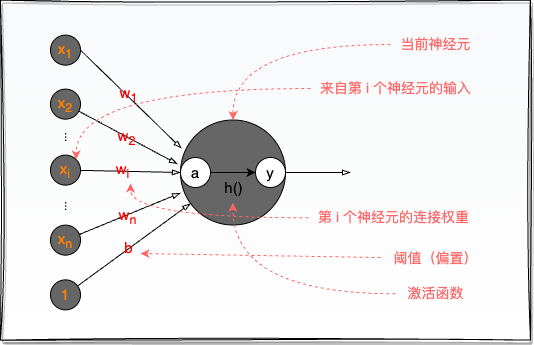
This is articles/general/dl/assets/1/m-p-neuron.drawio.png from ThreeFish-AI/threefish-ai.github.io, a draw.io export, as it was before one commit. Source tidied: cells renumbered, new cells last; positions are measured from the earlier drawing's top-left corner, leaving out a move shared by most shapes.
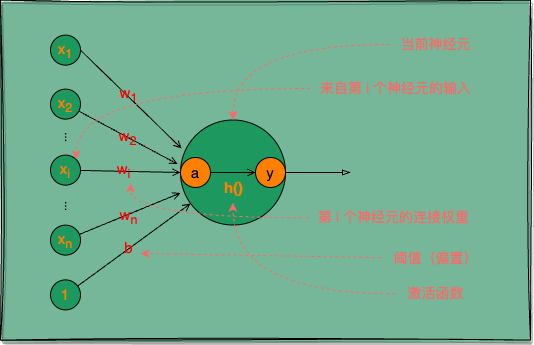
The same diagram one commit later.

The edit, as a diff of the source:
```diff
@@ -2,16 +2,16 @@
   <root>
     <mxCell id="0" />
     <mxCell id="1" parent="0" />
-    <mxCell id="2" style="rounded=0;whiteSpace=wrap;html=1;fillColor=#F8F9FA;shadow=1;glass=0;strokeColor=default;gradientColor=#FFFFFF;sketch=1;curveFitting=1;jiggle=2;" parent="1" vertex="1">
+    <mxCell id="2" style="rounded=0;whiteSpace=wrap;html=1;fillColor=#75B798;shadow=1;glass=0;strokeColor=default;gradientColor=#75B798;sketch=1;curveFitting=1;jiggle=2;" parent="1" vertex="1">
       <mxGeometry y="-0.4" width="530" height="340" as="geometry" />
     </mxCell>
-    <mxCell id="3" style="ellipse;whiteSpace=wrap;html=1;fillColor=#666666;fontColor=#FF8000;" parent="1" vertex="1">
+    <mxCell id="3" style="ellipse;whiteSpace=wrap;html=1;fillColor=#1D995F;fontColor=#FF8000;" parent="1" vertex="1">
       <mxGeometry x="180" y="119.5" width="105" height="105" as="geometry" />
     </mxCell>
-    <mxCell id="4" style="edgeStyle=orthogonalEdgeStyle;rounded=0;jettySize=auto;html=1;exitX=1;exitY=0.5;exitDx=0;exitDy=0;entryX=0;entryY=0.5;entryDx=0;entryDy=0;" parent="1" edge="1" source="5" target="7">
+    <mxCell id="4" style="edgeStyle=orthogonalEdgeStyle;rounded=0;jettySize=auto;html=1;exitX=1;exitY=0.5;exitDx=0;exitDy=0;entryX=0;entryY=0.5;entryDx=0;entryDy=0;endArrow=open;endFill=0;" parent="1" edge="1" source="5" target="7">
       <mxGeometry relative="1" as="geometry" />
     </mxCell>
-    <mxCell id="5" value="a" style="ellipse;whiteSpace=wrap;html=1;fontSize=15;" parent="1" vertex="1">
+    <mxCell id="5" value="a" style="ellipse;whiteSpace=wrap;html=1;fontSize=15;fillColor=#FF8000;" parent="1" vertex="1">
       <mxGeometry x="180" y="157" width="30" height="30" as="geometry" />
     </mxCell>
     <mxCell id="6" style="edgeStyle=none;rounded=0;jettySize=auto;html=1;endArrow=blockThin;endFill=0;strokeColor=#000000;" parent="1" edge="1" source="7">
@@ -19,46 +19,46 @@
         <mxPoint x="350" y="172" as="targetPoint" />
       </mxGeometry>
     </mxCell>
-    <mxCell id="7" value="y" style="ellipse;whiteSpace=wrap;html=1;fontSize=15;" parent="1" vertex="1">
+    <mxCell id="7" value="y" style="ellipse;whiteSpace=wrap;html=1;fontSize=15;fillColor=#FF8000;" parent="1" vertex="1">
       <mxGeometry x="255" y="157" width="30" height="30" as="geometry" />
     </mxCell>
-    <mxCell id="8" value="&lt;font style=&quot;font-size: 15px;&quot;&gt;h()&lt;/font&gt;" style="text;html=1;align=center;verticalAlign=middle;points=[];strokeColor=none;fillColor=none;" parent="1" vertex="1">
+    <mxCell id="8" value="&lt;font style=&quot;font-size: 15px;&quot;&gt;h()&lt;/font&gt;" style="text;html=1;align=center;verticalAlign=middle;points=[];strokeColor=none;fillColor=none;fontColor=#FF8000;fontStyle=1;" parent="1" vertex="1">
       <mxGeometry x="212.5" y="172.2" width="40" height="30" as="geometry" />
     </mxCell>
-    <mxCell id="9" style="edgeStyle=none;rounded=0;jettySize=auto;html=1;exitX=1;exitY=0.5;exitDx=0;exitDy=0;entryX=0.01;entryY=0.271;entryDx=0;entryDy=0;endArrow=blockThin;endFill=0;entryPerimeter=0;strokeColor=#000000;labelBackgroundColor=none;fontColor=#FF0000;" parent="1" edge="1" source="11" target="3">
+    <mxCell id="9" style="edgeStyle=none;rounded=0;jettySize=auto;html=1;exitX=1;exitY=0.5;exitDx=0;exitDy=0;entryX=0.01;entryY=0.271;entryDx=0;entryDy=0;endArrow=open;endFill=0;entryPerimeter=0;strokeColor=#000000;labelBackgroundColor=none;fontColor=#FF0000;" parent="1" edge="1" source="11" target="3">
       <mxGeometry relative="1" as="geometry" />
     </mxCell>
     <mxCell id="10" value="&lt;font style=&quot;font-size: 15px;&quot;&gt;w&lt;sub&gt;1&lt;/sub&gt;&lt;/font&gt;" style="edgeLabel;html=1;align=center;verticalAlign=middle;labelBackgroundColor=none;fontColor=#FF0000;" parent="9" vertex="1">
       <mxGeometry x="-0.08" y="2" relative="1" as="geometry" />
     </mxCell>
-    <mxCell id="11" value="x&lt;sub&gt;1&lt;/sub&gt;" style="ellipse;whiteSpace=wrap;html=1;fontSize=15;fillColor=#666666;fontColor=#FF8000;" parent="1" vertex="1">
+    <mxCell id="11" value="x&lt;sub&gt;1&lt;/sub&gt;" style="ellipse;whiteSpace=wrap;html=1;fontSize=15;fillColor=#1D995F;fontColor=#FF8000;" parent="1" vertex="1">
       <mxGeometry x="50" y="34.6" width="30" height="30" as="geometry" />
     </mxCell>
-    <mxCell id="12" style="edgeStyle=none;rounded=0;jettySize=auto;html=1;endArrow=blockThin;endFill=0;entryX=-0.029;entryY=0.419;entryDx=0;entryDy=0;entryPerimeter=0;strokeColor=#000000;" parent="1" edge="1" source="14" target="3">
+    <mxCell id="12" style="edgeStyle=none;rounded=0;jettySize=auto;html=1;endArrow=open;endFill=0;entryX=-0.029;entryY=0.419;entryDx=0;entryDy=0;entryPerimeter=0;strokeColor=#000000;" parent="1" edge="1" source="14" target="3">
       <mxGeometry relative="1" as="geometry" />
     </mxCell>
     <mxCell id="13" value="&lt;font style=&quot;font-size: 15px;&quot;&gt;w&lt;sub&gt;2&lt;/sub&gt;&lt;/font&gt;" style="edgeLabel;html=1;align=center;verticalAlign=middle;labelBackgroundColor=none;fontColor=#FF0000;" parent="12" vertex="1">
       <mxGeometry x="-0.03" relative="1" as="geometry" />
     </mxCell>
-    <mxCell id="14" value="x&lt;sub&gt;2&lt;/sub&gt;" style="ellipse;whiteSpace=wrap;html=1;fontSize=15;fillColor=#666666;fontColor=#FF8000;" parent="1" vertex="1">
+    <mxCell id="14" value="x&lt;sub&gt;2&lt;/sub&gt;" style="ellipse;whiteSpace=wrap;html=1;fontSize=15;fillColor=#1D995F;fontColor=#FF8000;" parent="1" vertex="1">
       <mxGeometry x="50" y="88.6" width="30" height="30" as="geometry" />
     </mxCell>
-    <mxCell id="15" style="edgeStyle=none;rounded=0;jettySize=auto;html=1;entryX=0;entryY=0.5;entryDx=0;entryDy=0;endArrow=blockThin;endFill=0;strokeColor=#000000;" parent="1" edge="1" source="17" target="5">
+    <mxCell id="15" style="edgeStyle=none;rounded=0;jettySize=auto;html=1;entryX=0;entryY=0.5;entryDx=0;entryDy=0;endArrow=open;endFill=0;strokeColor=#000000;" parent="1" edge="1" source="17" target="5">
       <mxGeometry relative="1" as="geometry" />
     </mxCell>
     <mxCell id="16" value="&lt;font style=&quot;font-size: 15px;&quot;&gt;w&lt;sub&gt;i&lt;/sub&gt;&lt;/font&gt;" style="edgeLabel;html=1;align=center;verticalAlign=middle;labelBackgroundColor=none;fontColor=#FF0000;" parent="15" vertex="1">
       <mxGeometry x="-0.16" y="1" relative="1" as="geometry" />
     </mxCell>
-    <mxCell id="17" value="x&lt;sub&gt;i&lt;/sub&gt;" style="ellipse;whiteSpace=wrap;html=1;fontSize=15;fillColor=#666666;fontColor=#FF8000;" parent="1" vertex="1">
+    <mxCell id="17" value="x&lt;sub&gt;i&lt;/sub&gt;" style="ellipse;whiteSpace=wrap;html=1;fontSize=15;fillColor=#1D995F;fontColor=#FF8000;" parent="1" vertex="1">
       <mxGeometry x="50" y="154.6" width="30" height="30" as="geometry" />
     </mxCell>
-    <mxCell id="18" style="edgeStyle=none;rounded=0;jettySize=auto;html=1;endArrow=blockThin;endFill=0;entryX=0;entryY=0.695;entryDx=0;entryDy=0;entryPerimeter=0;strokeColor=#000000;" parent="1" edge="1" source="20" target="3">
+    <mxCell id="18" style="edgeStyle=none;rounded=0;jettySize=auto;html=1;endArrow=open;endFill=0;entryX=0;entryY=0.695;entryDx=0;entryDy=0;entryPerimeter=0;strokeColor=#000000;" parent="1" edge="1" source="20" target="3">
       <mxGeometry relative="1" as="geometry" />
     </mxCell>
     <mxCell id="19" value="&lt;font style=&quot;font-size: 15px;&quot;&gt;w&lt;sub&gt;n&lt;/sub&gt;&lt;/font&gt;" style="edgeLabel;html=1;align=center;verticalAlign=middle;labelBackgroundColor=none;fontColor=#FF0000;" parent="18" vertex="1">
       <mxGeometry x="-0.05" y="-1" relative="1" as="geometry" />
     </mxCell>
-    <mxCell id="20" value="x&lt;sub&gt;n&lt;/sub&gt;" style="ellipse;whiteSpace=wrap;html=1;fontSize=15;fillColor=#666666;fontColor=#FF8000;" parent="1" vertex="1">
+    <mxCell id="20" value="x&lt;sub&gt;n&lt;/sub&gt;" style="ellipse;whiteSpace=wrap;html=1;fontSize=15;fillColor=#1D995F;fontColor=#FF8000;" parent="1" vertex="1">
       <mxGeometry x="50" y="224.6" width="30" height="30" as="geometry" />
     </mxCell>
     <mxCell id="21" value="..." style="text;html=1;align=center;verticalAlign=middle;strokeColor=none;fillColor=none;rotation=90;" parent="1" vertex="1">
@@ -67,13 +67,13 @@
     <mxCell id="22" value="..." style="text;html=1;align=center;verticalAlign=middle;strokeColor=none;fillColor=none;rotation=90;" parent="1" vertex="1">
       <mxGeometry x="54" y="190.6" width="30" height="30" as="geometry" />
     </mxCell>
-    <mxCell id="23" style="edgeStyle=none;rounded=0;jettySize=auto;html=1;endArrow=blockThin;endFill=0;strokeColor=#000000;" parent="1" edge="1" source="25" target="3">
+    <mxCell id="23" style="edgeStyle=none;rounded=0;jettySize=auto;html=1;endArrow=open;endFill=0;strokeColor=#000000;" parent="1" edge="1" source="25" target="3">
       <mxGeometry relative="1" as="geometry" />
     </mxCell>
     <mxCell id="24" value="&lt;font style=&quot;font-size: 15px;&quot;&gt;b&lt;/font&gt;" style="edgeLabel;html=1;align=center;verticalAlign=middle;labelBackgroundColor=none;fontColor=#FF0000;" parent="23" vertex="1">
       <mxGeometry x="-0.1" y="2" relative="1" as="geometry" />
     </mxCell>
-    <mxCell id="25" value="1" style="ellipse;whiteSpace=wrap;html=1;fontSize=15;fillColor=#666666;fontColor=#FF8000;" parent="1" vertex="1">
+    <mxCell id="25" value="1" style="ellipse;whiteSpace=wrap;html=1;fontSize=15;fillColor=#1D995F;fontColor=#FF8000;" parent="1" vertex="1">
       <mxGeometry x="50" y="279.4" width="30" height="30" as="geometry" />
     </mxCell>
     <mxCell id="26" style="rounded=0;jettySize=auto;html=1;entryX=1;entryY=0;entryDx=0;entryDy=0;dashed=1;strokeColor=#FF6666;edgeStyle=orthogonalEdgeStyle;curved=1;" parent="1" edge="1" source="27" target="17">
```
